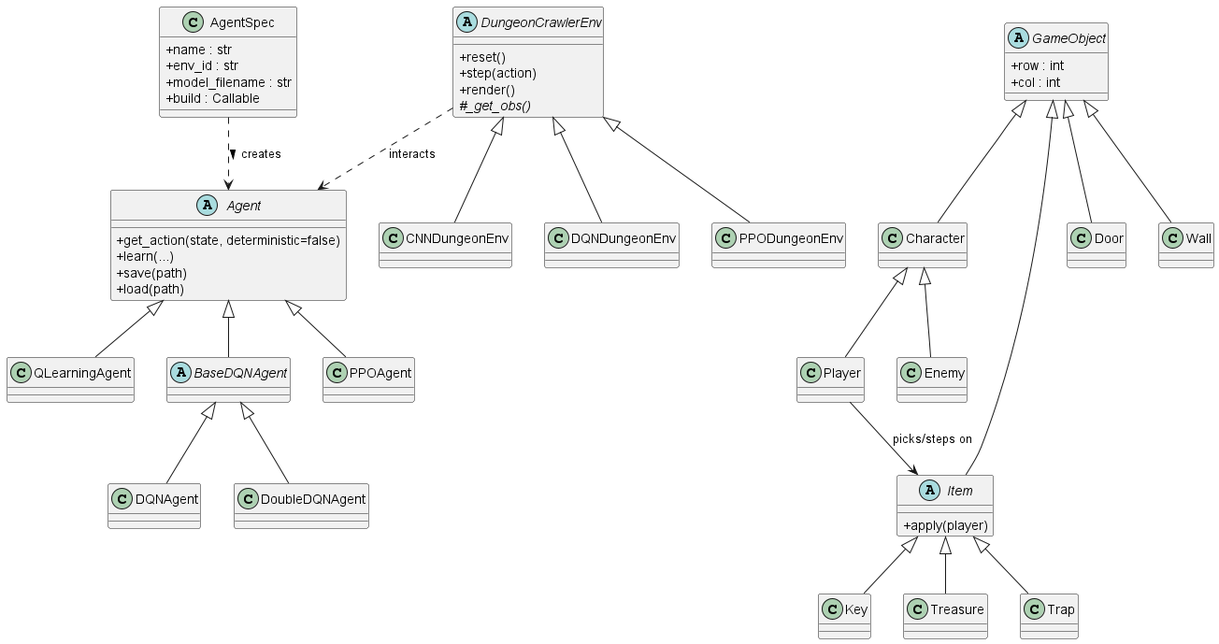
Earlier version of the PlantUML export part3/uml/class_diagram.png (Mr-Tony-Lee/OOP_GroupProject). Source of this version:
```plantuml
@startuml class_diagram
skinparam classAttributeIconSize 0


abstract class Agent {
  +get_action(state, deterministic=false)
  +learn(...)
  +save(path)
  +load(path)
}

class QLearningAgent
abstract class BaseDQNAgent
class DQNAgent
class DoubleDQNAgent
class PPOAgent

Agent <|-- QLearningAgent
Agent <|-- BaseDQNAgent
Agent <|-- PPOAgent

BaseDQNAgent <|-- DQNAgent
BaseDQNAgent <|-- DoubleDQNAgent

class AgentSpec {
  +name : str
  +env_id : str
  +model_filename : str
  +build : Callable
}

AgentSpec ..> Agent : creates >

abstract class DungeonCrawlerEnv {
  +reset()
  +step(action)
  +render()
  #{abstract} _get_obs()
}

class CNNDungeonEnv
class DQNDungeonEnv
class PPODungeonEnv

DungeonCrawlerEnv <|-- CNNDungeonEnv
DungeonCrawlerEnv <|-- DQNDungeonEnv
DungeonCrawlerEnv <|-- PPODungeonEnv

DungeonCrawlerEnv ..> Agent : interacts

abstract class GameObject {
  +row : int
  +col : int
}

class Character
class Player
class Enemy

GameObject <|-- Character
Character <|-- Player
Character <|-- Enemy

abstract class Item {
  +apply(player)
}

class Key
class Treasure
class Trap
class Door
class Wall

GameObject <|-- Item
Item <|-- Key
Item <|-- Treasure
Item <|-- Trap
GameObject <|-- Door
GameObject <|-- Wall

Player --> Item : picks/steps on

@enduml
```
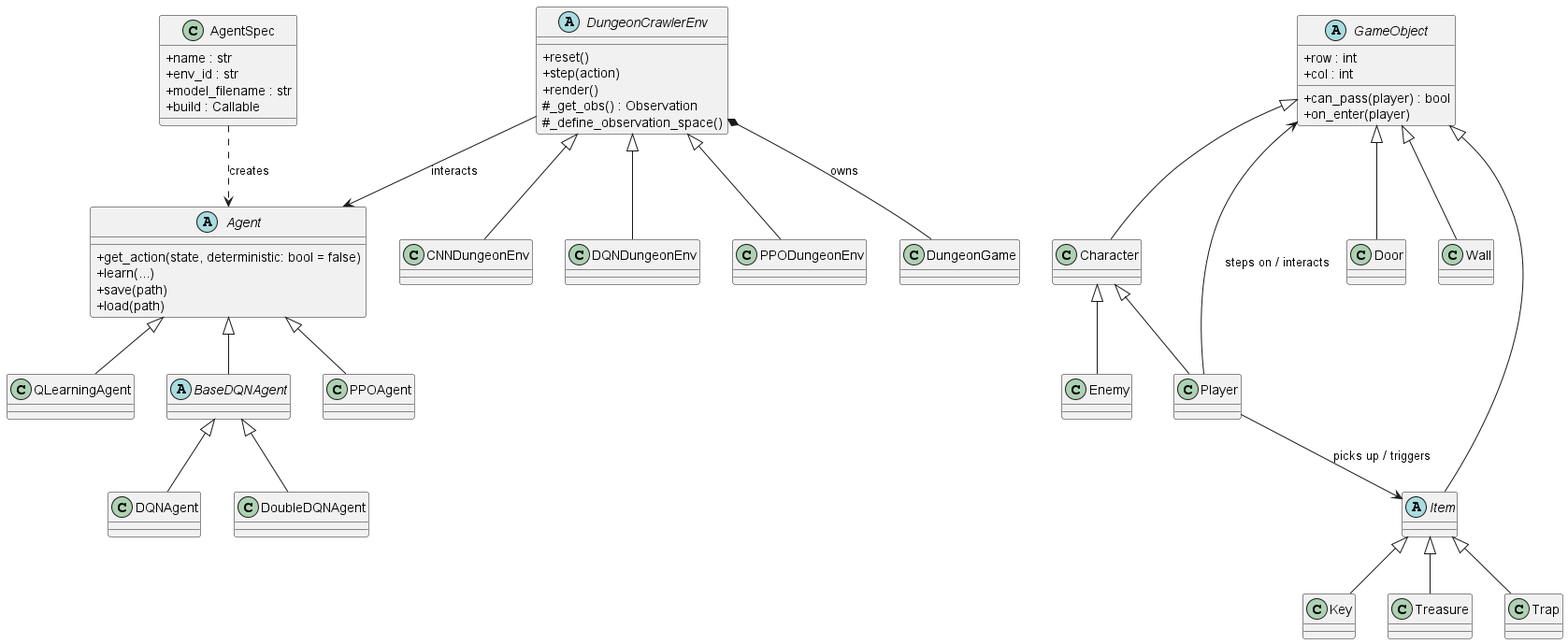
The same diagram one commit later.

Commit message:
docs: update uml and upload demo slide

What changed in the source:
```diff
@@ -2,8 +2,9 @@
 skinparam classAttributeIconSize 0
 
 
+
 abstract class Agent {
-  +get_action(state, deterministic=false)
+  +get_action(state, deterministic: bool = false)
   +learn(...)
   +save(path)
   +load(path)
@@ -29,13 +30,14 @@
   +build : Callable
 }
 
-AgentSpec ..> Agent : creates >
+AgentSpec ..> Agent : creates
 
 abstract class DungeonCrawlerEnv {
   +reset()
   +step(action)
   +render()
-  #{abstract} _get_obs()
+  #_get_obs() : Observation
+  #_define_observation_space()
 }
 
 class CNNDungeonEnv
@@ -46,11 +48,16 @@
 DungeonCrawlerEnv <|-- DQNDungeonEnv
 DungeonCrawlerEnv <|-- PPODungeonEnv
 
-DungeonCrawlerEnv ..> Agent : interacts
+class DungeonGame
+DungeonCrawlerEnv *-- DungeonGame : owns
+
+DungeonCrawlerEnv --> Agent : interacts
 
 abstract class GameObject {
   +row : int
   +col : int
+  +can_pass(player) : bool
+  +on_enter(player)
 }
 
 class Character
@@ -61,9 +68,7 @@
 Character <|-- Player
 Character <|-- Enemy
 
-abstract class Item {
-  +apply(player)
-}
+abstract class Item
 
 class Key
 class Treasure
@@ -78,6 +83,7 @@
 GameObject <|-- Door
 GameObject <|-- Wall
 
-Player --> Item : picks/steps on
+Player --> GameObject : steps on / interacts
+Player --> Item : picks up / triggers
 
 @enduml
```
